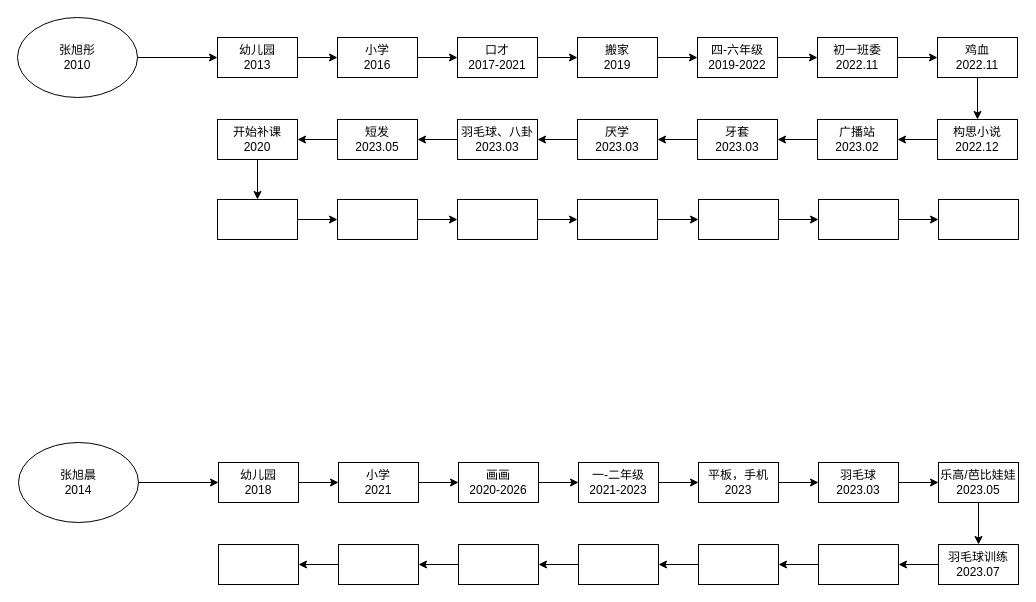
Before: page "画像-侄女" (8 of 8) of Fig_CS/Figure-Factory.drawio in jizhang02/Figure-Factory, a draw.io diagram. Source tidied: cells renumbered, new cells numbered last; positions are measured from the earlier drawing's top-left corner, leaving out a move shared by most shapes. Both pictures are drawn from the tidied source at 100%, with x=0, y=0 at pixel (17, 17).
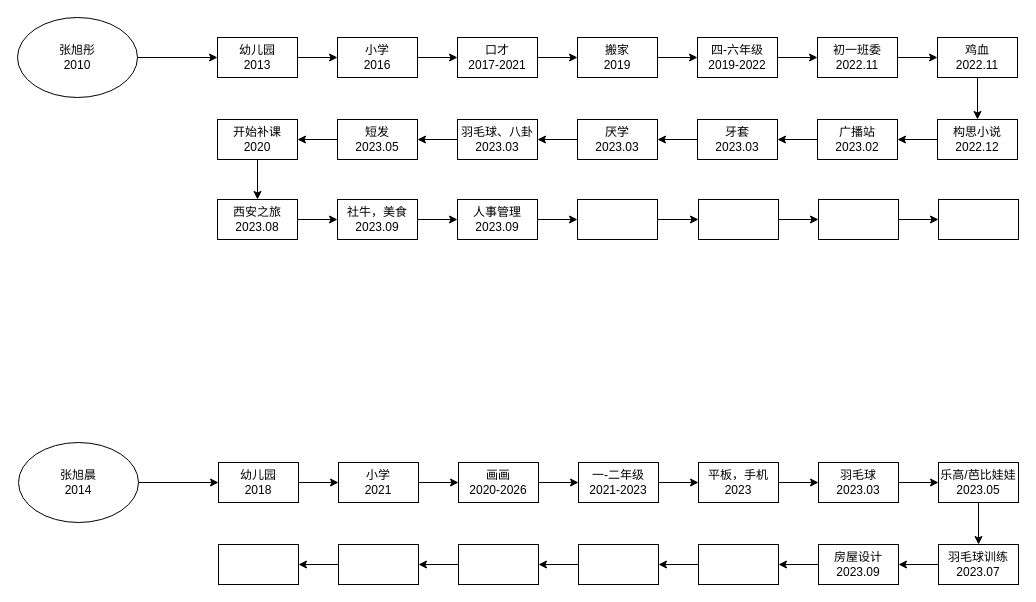
The same diagram, later.

Diff of the diagram source:
```diff
@@
-    <mxCell id="37" style="rounded=0;whiteSpace=wrap;html=1;" parent="1" vertex="1">
+    <mxCell id="37" value="房屋设计&lt;br&gt;2023.09" style="rounded=0;whiteSpace=wrap;html=1;" parent="1" vertex="1">
       <mxGeometry x="801" y="527" width="80" height="40" as="geometry" />
     </mxCell>
@@
-    <mxCell id="62" style="rounded=0;whiteSpace=wrap;html=1;" parent="1" vertex="1">
+    <mxCell id="62" value="西安之旅&lt;br&gt;2023.08" style="rounded=0;whiteSpace=wrap;html=1;" parent="1" vertex="1">
       <mxGeometry x="200" y="182" width="80" height="40" as="geometry" />
     </mxCell>
@@
-    <mxCell id="64" style="rounded=0;whiteSpace=wrap;html=1;" parent="1" vertex="1">
+    <mxCell id="64" value="社牛，美食&lt;br&gt;2023.09" style="rounded=0;whiteSpace=wrap;html=1;" parent="1" vertex="1">
       <mxGeometry x="320" y="182" width="80" height="40" as="geometry" />
     </mxCell>
@@
-    <mxCell id="66" style="rounded=0;whiteSpace=wrap;html=1;" parent="1" vertex="1">
+    <mxCell id="66" value="人事管理&lt;br&gt;2023.09" style="rounded=0;whiteSpace=wrap;html=1;" parent="1" vertex="1">
       <mxGeometry x="440" y="182" width="80" height="40" as="geometry" />
     </mxCell>
```
